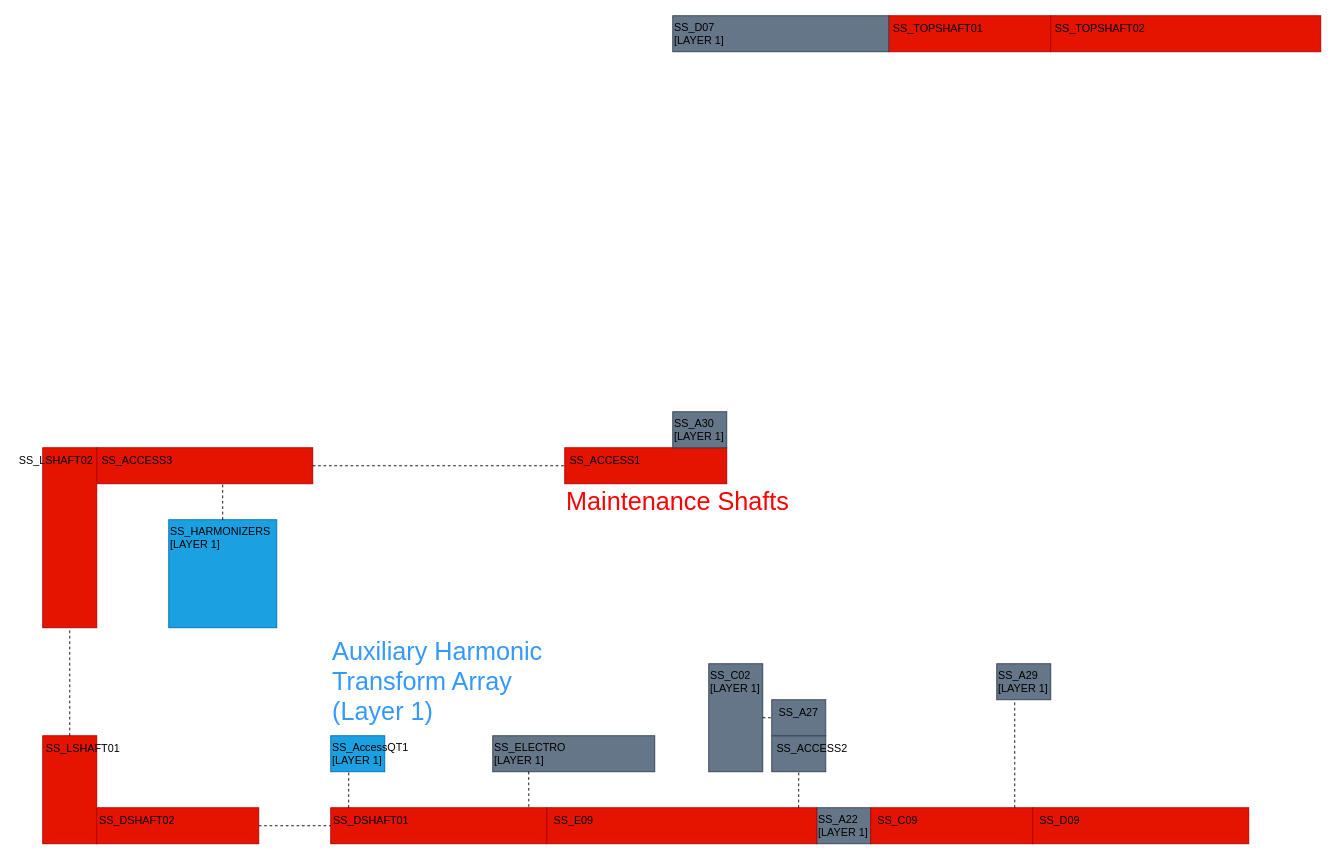
Before: page "Layer 3 - Maintenance Shafts" (3 of 3) of bonus/5p expansion.drawio in TabbyFlux/FP-Expansion, a draw.io diagram. Source tidied: cells renumbered, new cells numbered last; positions are measured from the earlier drawing's top-left corner, leaving out a move shared by most shapes. Both pictures are drawn from the tidied source at 90%, with x=0, y=0 at pixel (15, 15).
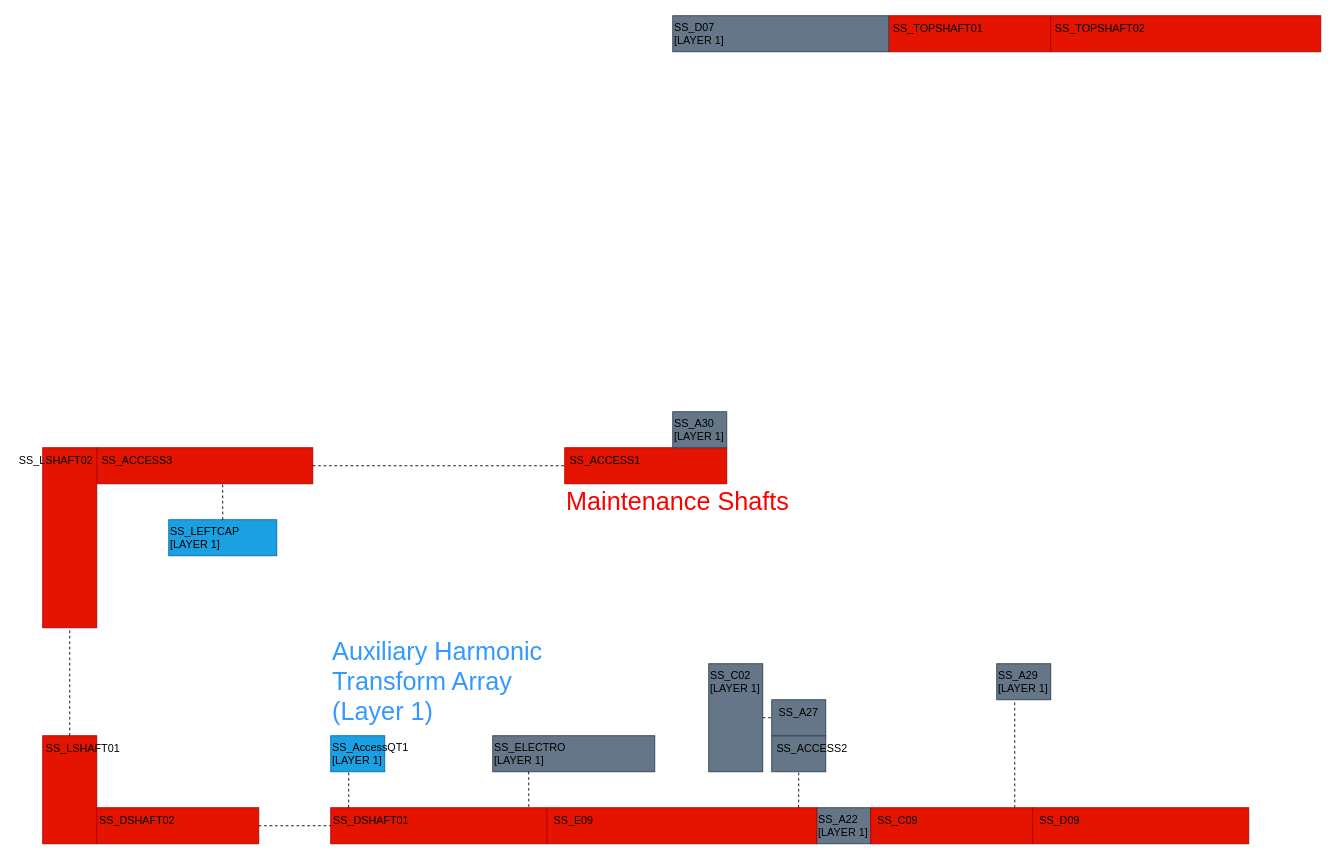
The same page after the edit.

The edit, as a diff of the source:
```diff
@@
     <mxCell id="44" style="rounded=0;whiteSpace=wrap;html=1;fillColor=#1ba1e2;fontColor=#ffffff;strokeColor=#006EAF;" parent="1" vertex="1">
-      <mxGeometry x="170" y="560" width="120" height="120" as="geometry" />
+      <mxGeometry x="170" y="560" width="120" height="40" as="geometry" />
     </mxCell>
-    <mxCell id="45" value="SS_HARMONIZERS&lt;div&gt;[LAYER 1]&lt;/div&gt;" style="text;html=1;align=left;verticalAlign=middle;whiteSpace=wrap;rounded=0;" parent="1" vertex="1">
+    <mxCell id="45" value="SS_LEFTCAP&lt;div&gt;&lt;span style=&quot;background-color: transparent; color: light-dark(rgb(0, 0, 0), rgb(255, 255, 255));&quot;&gt;[LAYER 1]&lt;/span&gt;&lt;/div&gt;" style="text;html=1;align=left;verticalAlign=middle;whiteSpace=wrap;rounded=0;" parent="1" vertex="1">
       <mxGeometry x="170" y="560" width="120" height="40" as="geometry" />
     </mxCell>
```
